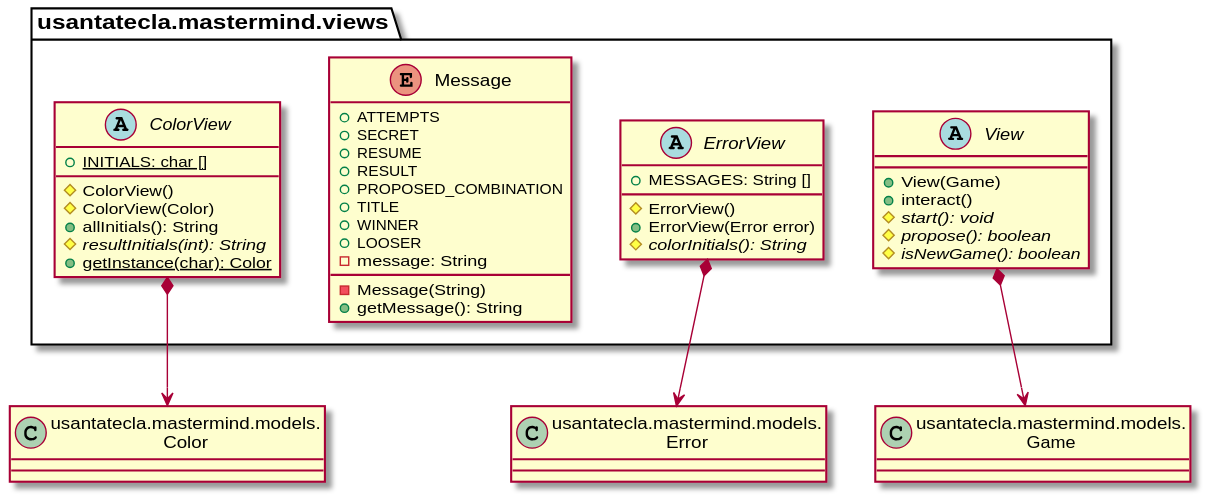
The PlantUML diagram documentView/withoutFactoryMethod/docs/diagrams/out/paquetes/usantatecla.mastermind.views.svg in SantaTecla-mastermind/solution.java.swing.socket.sql, before a commit.
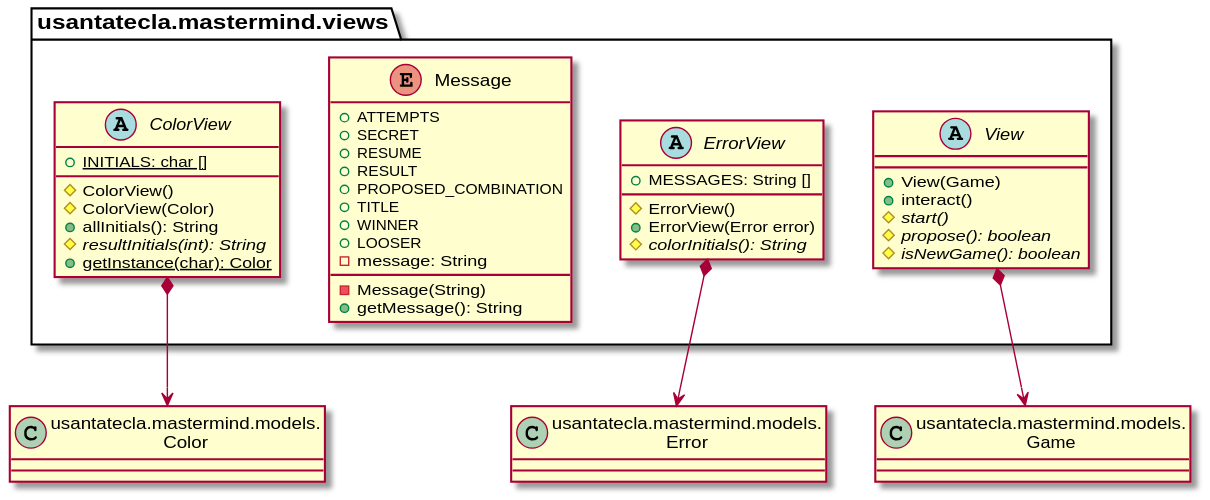
After the change.

Diff of the diagram source:
```diff
@@ -38,7 +38,7 @@
 abstract class usantatecla.mastermind.views.View {
     + View(Game)
     + interact()
-    # {abstract} start(): void
+    # {abstract} start()
     # {abstract} propose(): boolean
     # {abstract} isNewGame(): boolean
 }
```
